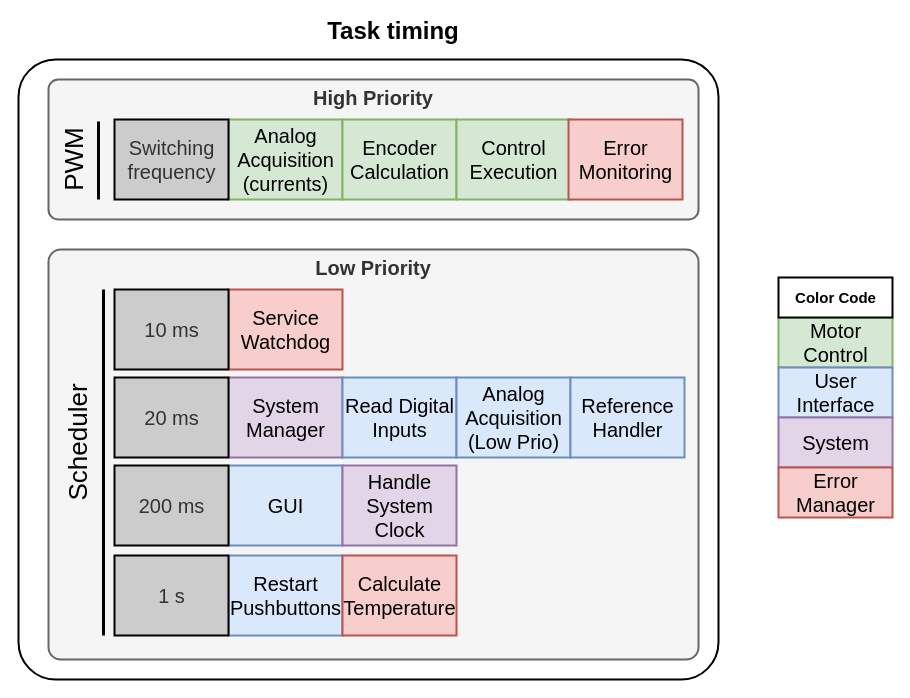
Earlier version of the draw.io diagram Report/Diagrams/TemplateTaskTiming.drawio (NicolaiFransen/SemesterProjectPED2). Source tidied: cells renumbered, new cells numbered last; positions are measured from the earlier drawing's top-left corner, leaving out a move shared by most shapes. Both pictures are drawn from the tidied source at 100%, with x=0, y=0 at pixel (18, 20).
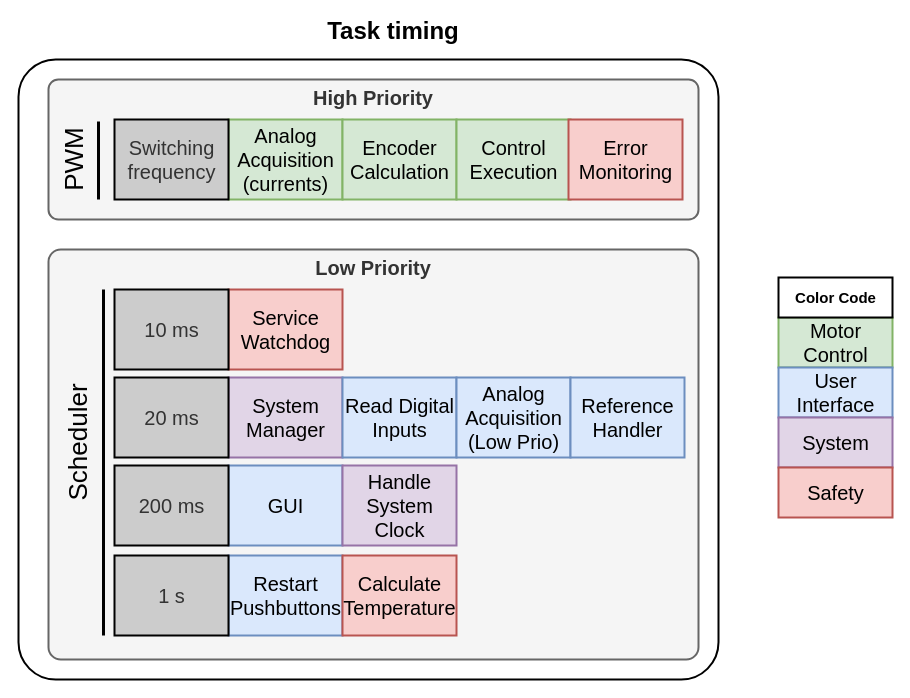
The same page after the edit.

Commit message:
Updated Error Manager --> Safety

Change to the diagram source:
```diff
@@
-    <mxCell id="27" value="&lt;div style=&quot;font-size: 20px&quot;&gt;Error&lt;/div&gt;&lt;div style=&quot;font-size: 20px&quot;&gt;Manager&lt;/div&gt;" style="html=1;rounded=0;shadow=0;glass=0;comic=0;strokeColor=#b85450;strokeWidth=2;fillColor=#f8cecc;" parent="1" vertex="1">
+    <mxCell id="27" value="&lt;div style=&quot;font-size: 20px&quot;&gt;Safety&lt;/div&gt;" style="html=1;rounded=0;shadow=0;glass=0;comic=0;strokeColor=#b85450;strokeWidth=2;fillColor=#f8cecc;" parent="1" vertex="1">
       <mxGeometry x="760" y="447" width="114" height="50" as="geometry" />
     </mxCell>
```
